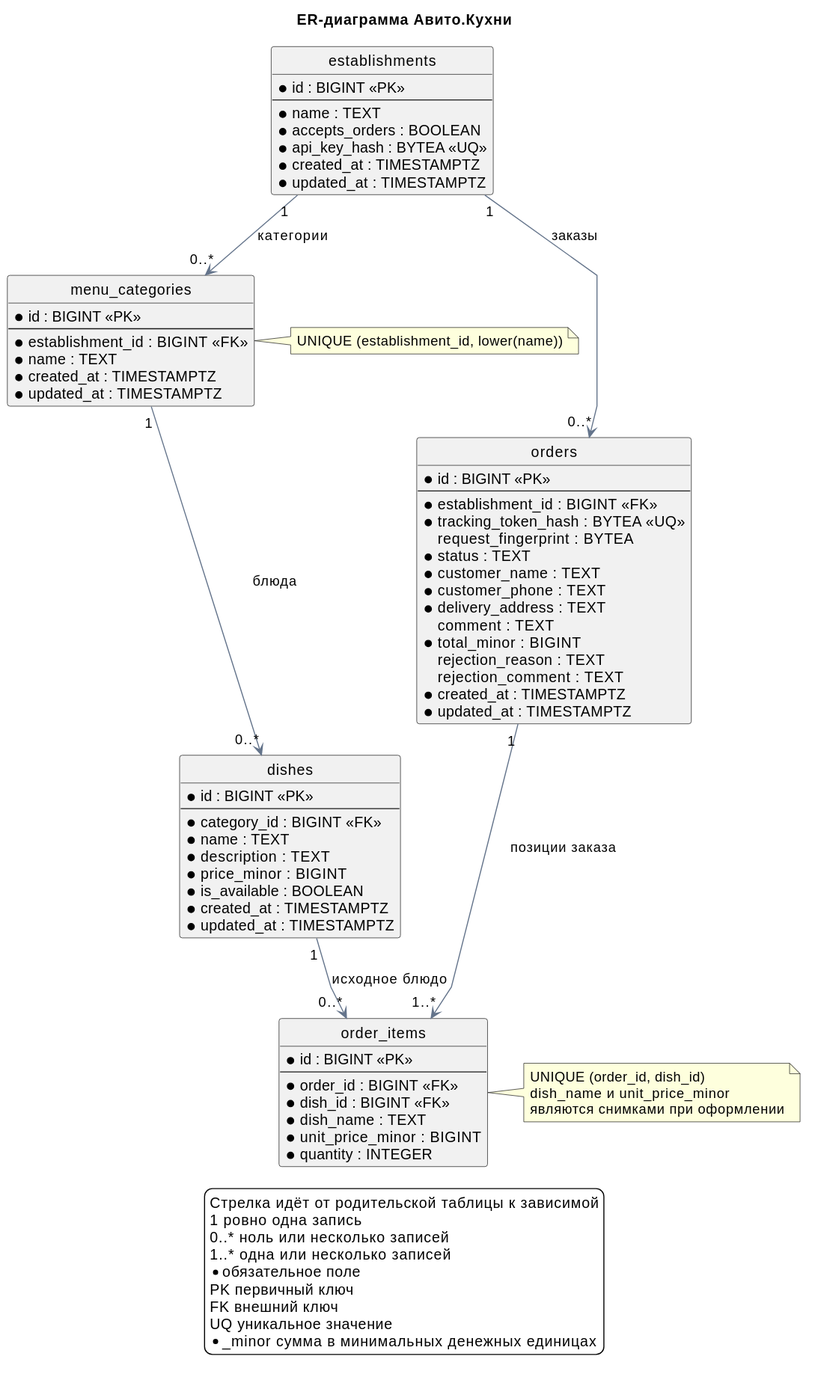
Earlier version of the PlantUML export docs/diagrams/database-erd.svg (DevDashkovsky/kitchen-avito).
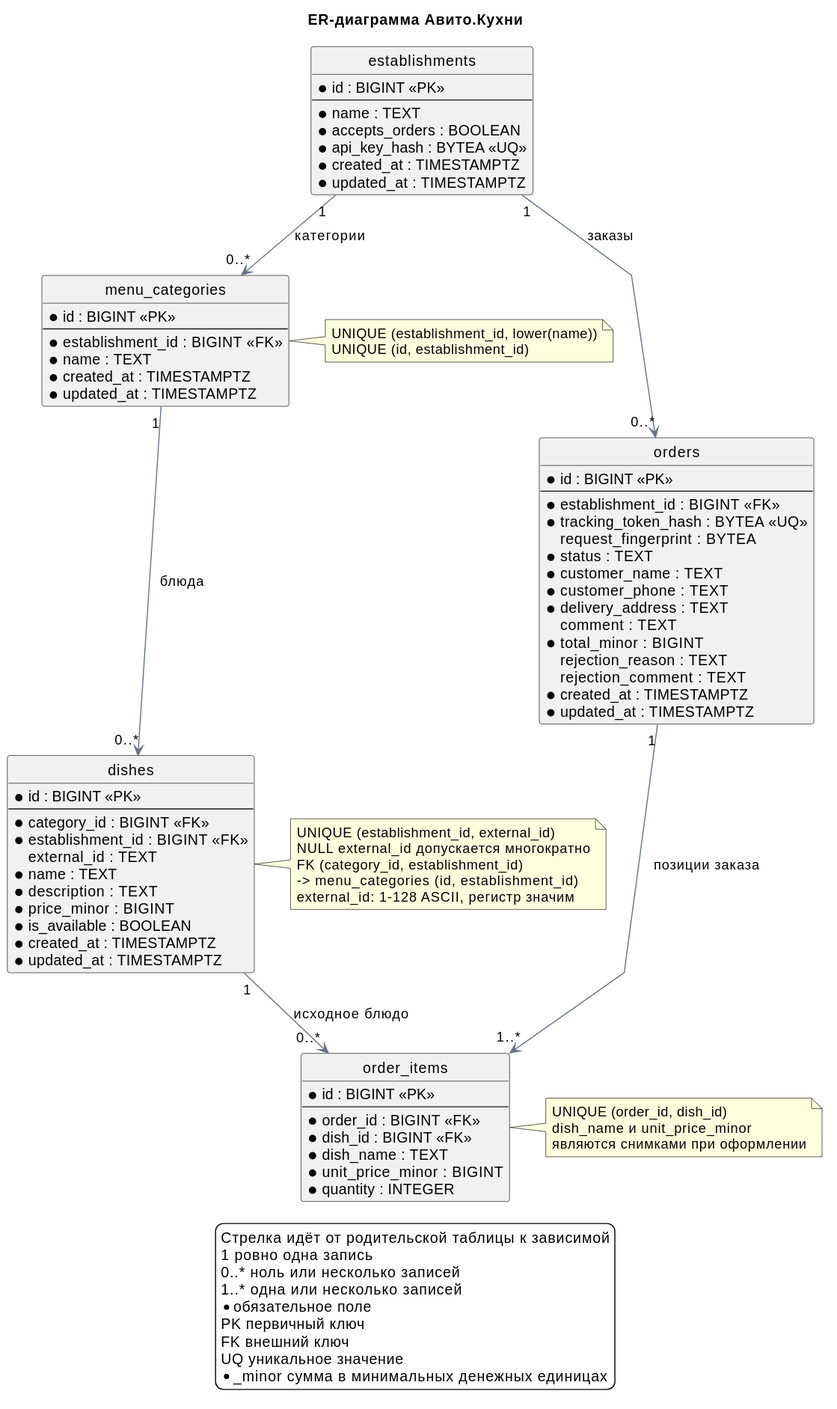
After the change.

What changed in the source:
```diff
@@ -38,6 +38,8 @@
   * id : BIGINT <<PK>>
   --
   * category_id : BIGINT <<FK>>
+  * establishment_id : BIGINT <<FK>>
+  external_id : TEXT
   * name : TEXT
   * description : TEXT
   * price_minor : BIGINT
@@ -82,6 +84,15 @@
 
 note right of menu_categories
   UNIQUE (establishment_id, lower(name))
+  UNIQUE (id, establishment_id)
+end note
+
+note left of dishes
+  UNIQUE (establishment_id, external_id)
+  NULL external_id допускается многократно
+  FK (category_id, establishment_id)
+  -> menu_categories (id, establishment_id)
+  external_id: 1-128 ASCII, регистр значим
 end note
 
 note right of order_items
```
